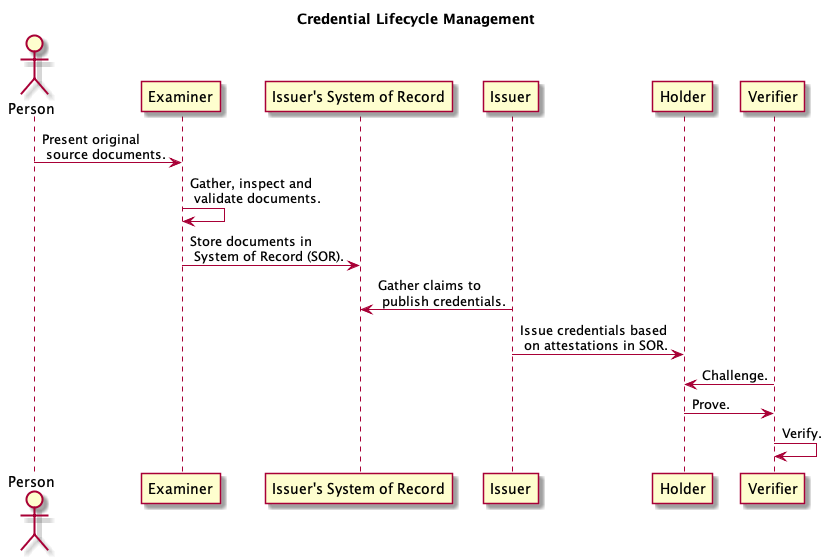
The PlantUML diagram features/0116-evidence-exchange/img/digital_identity_lifecycle.png in hyperledger/aries-rfcs, before a commit. Its source is kept beside it as features/0116-evidence-exchange/img/src/digital_identity_lifecycle.puml.
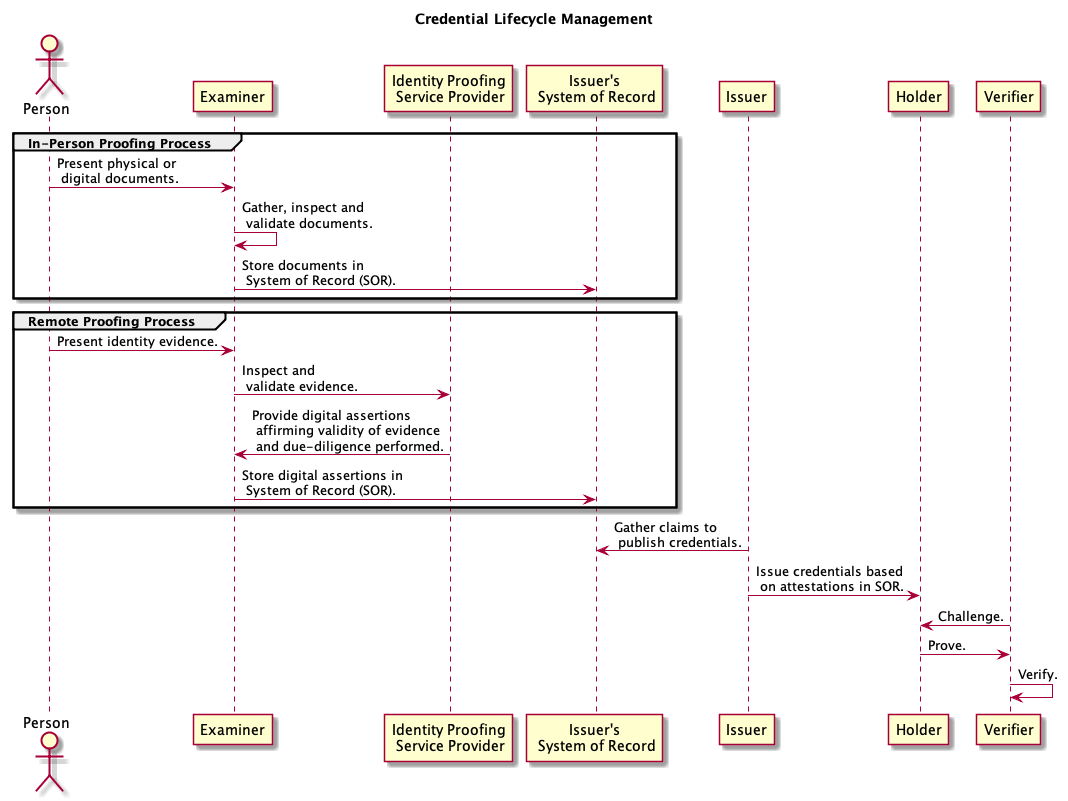
After the change.

What changed in the source:
```diff
@@ -4,14 +4,25 @@
 
 actor PERSON as "Person"
 participant EXAMINER as "Examiner"
-participant ISOR as "Issuer's System of Record"
+participant IPSP as "Identity Proofing\n Service Provider"
+participant ISOR as "Issuer's\n System of Record"
 participant ISSUER as "Issuer"
 participant HOLDER as "Holder"
 participant VERIFIER as "Verifier"
 
-PERSON->EXAMINER: Present original\n source documents.
+group In-Person Proofing Process
+PERSON->EXAMINER: Present physical or\n digital documents.
 EXAMINER->EXAMINER: Gather, inspect and\n validate documents.
 EXAMINER->ISOR: Store documents in\n System of Record (SOR).
+end
+
+group Remote Proofing Process
+PERSON->EXAMINER: Present identity evidence.
+EXAMINER->IPSP: Inspect and\n validate evidence.
+IPSP->EXAMINER: Provide digital assertions\n affirming validity of evidence\n and due-diligence performed.
+EXAMINER->ISOR: Store digital assertions in\n System of Record (SOR).
+end
+
 ISSUER->ISOR: Gather claims to\n publish credentials.
 ISSUER->HOLDER: Issue credentials based\n on attestations in SOR.
 VERIFIER->HOLDER: Challenge.
```
